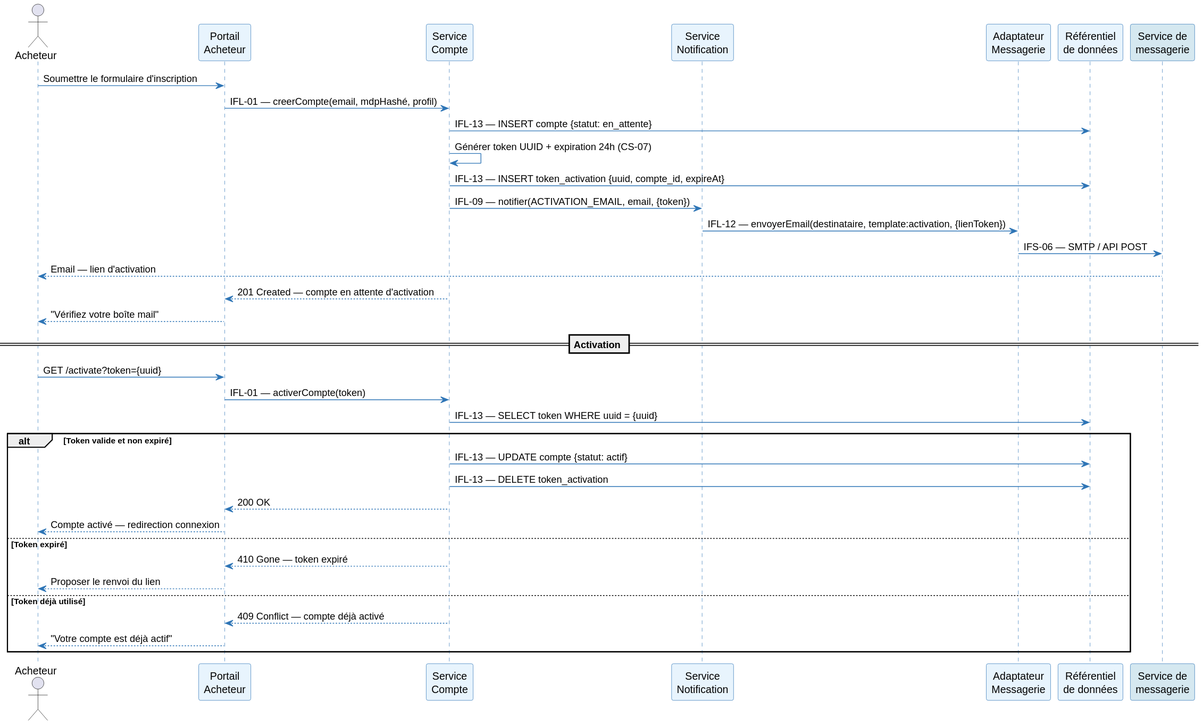
The PlantUML diagram architecture/03-logical-architecture/diagrams/la-seq-inscription.svg in louistalvande/online_shop, before a commit.
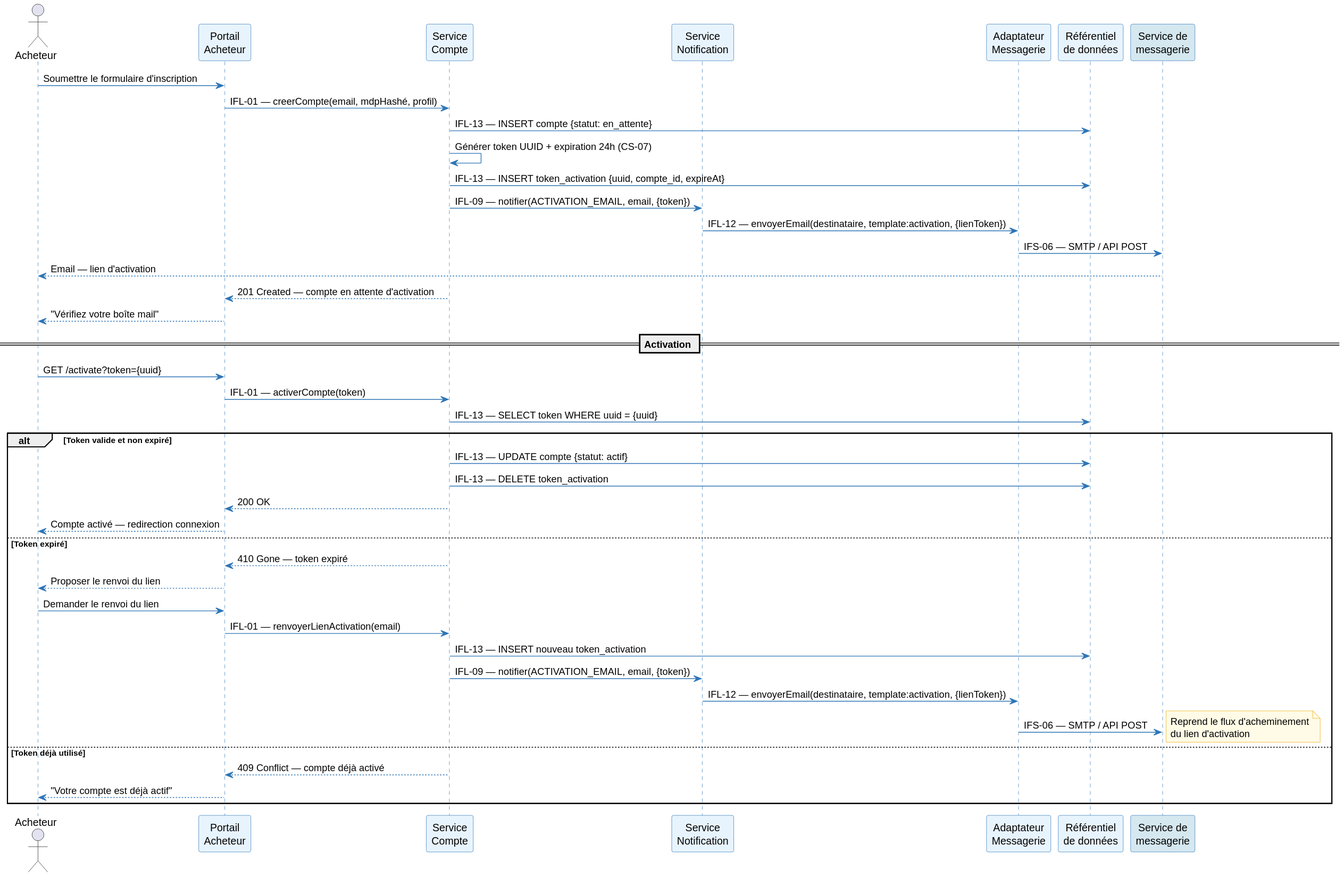
Later version of the same file.

What changed in the source:
```diff
@@ -40,6 +40,13 @@
 else Token expiré
   SvcAccount --> UI : 410 Gone — token expiré
   UI --> Buyer : Proposer le renvoi du lien
+  Buyer -> UI : Demander le renvoi du lien
+  UI -> SvcAccount : IFL-01 — renvoyerLienActivation(email)
+  SvcAccount -> DB : IFL-13 — INSERT nouveau token_activation
+  SvcAccount -> SvcNotif : IFL-09 — notifier(ACTIVATION_EMAIL, email, {token})
+  SvcNotif -> AdpMail : IFL-12 — envoyerEmail(destinataire, template:activation, {lienToken})
+  AdpMail -> ExtMail : IFS-06 — SMTP / API POST
+  note right : Reprend le flux d'acheminement\ndu lien d'activation
 else Token déjà utilisé
   SvcAccount --> UI : 409 Conflict — compte déjà activé
   UI --> Buyer : "Votre compte est déjà actif"
```
